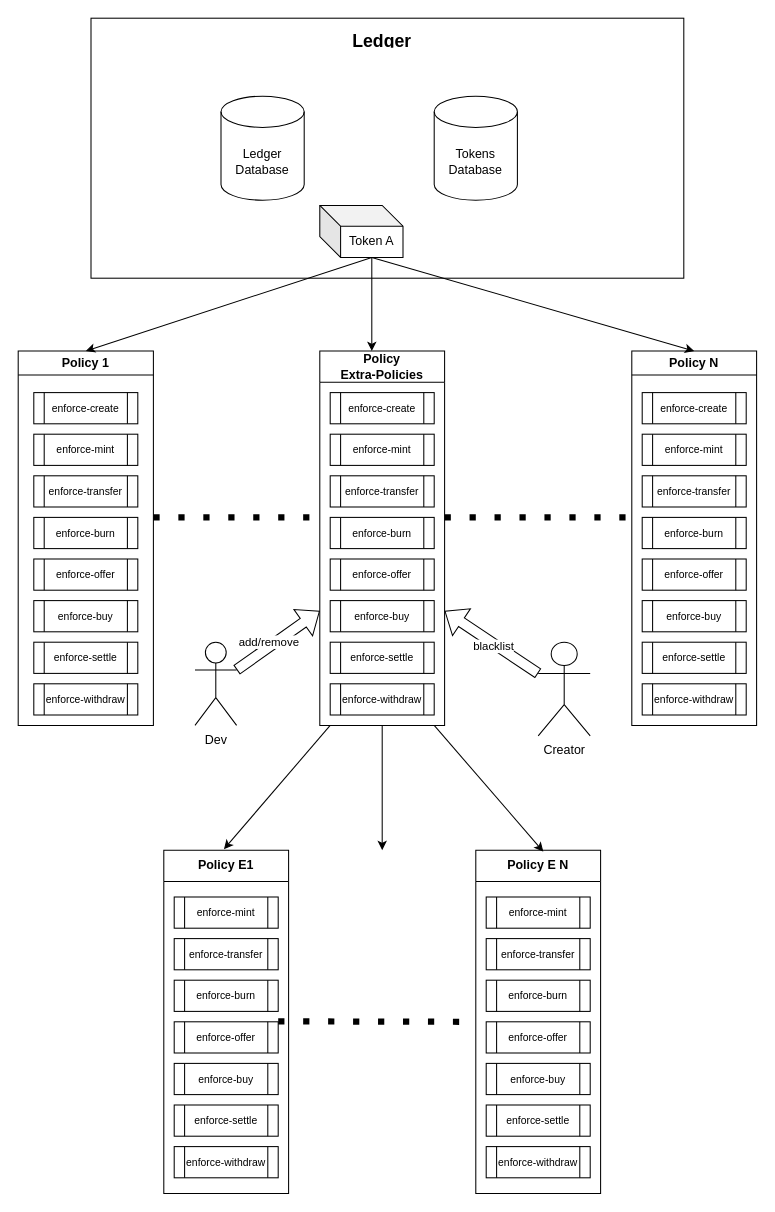
Earlier version of the draw.io diagram doc/source/diagrams/marmalade_ng_extra.drawio (Marmalade-NG/marmalade-ng). Source tidied: cells renumbered, new cells numbered last; positions are measured from the earlier drawing's top-left corner, leaving out a move shared by most shapes. Both pictures are drawn from the tidied source at 104%, with x=0, y=0 at pixel (18, 18).
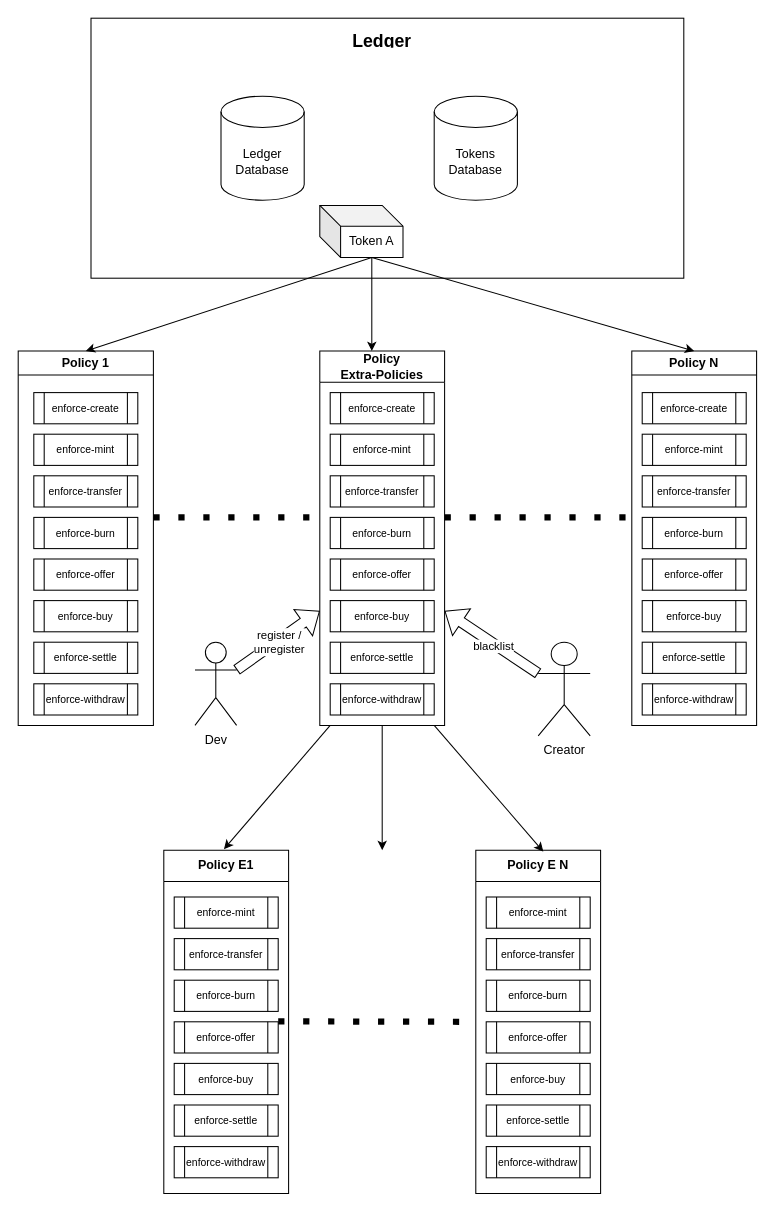
Above is the later version.

Commit message (it also covers changes not shown here):
Rename add-policy/remove-policy to register-policy / unregister-policy

The change refers to these unchanged cells:
```xml
<mxCell id="58" style="shape=flexArrow;endArrow=classic;html=1;rounded=0;exitX=1;exitY=0.3333333333333333;exitDx=0;exitDy=0;exitPerimeter=0;" parent="1" edge="1" source="28">
  <mxGeometry relative="1" as="geometry">
    <mxPoint x="290" y="570" as="targetPoint" />
  </mxGeometry>
</mxCell>
```

What changed in the source:
```diff
@@
-    <mxCell id="59" value="add/remove" style="edgeLabel;html=1;align=center;verticalAlign=middle;" parent="58" vertex="1">
+    <mxCell id="59" value="register / &lt;br&gt;unregister" style="edgeLabel;html=1;align=center;verticalAlign=middle;" parent="58" vertex="1">
       <mxGeometry x="0.24" y="2" relative="1" as="geometry">
-        <mxPoint x="-18" y="10" as="offset" />
+        <mxPoint x="-8" y="10" as="offset" />
       </mxGeometry>
     </mxCell>
```
